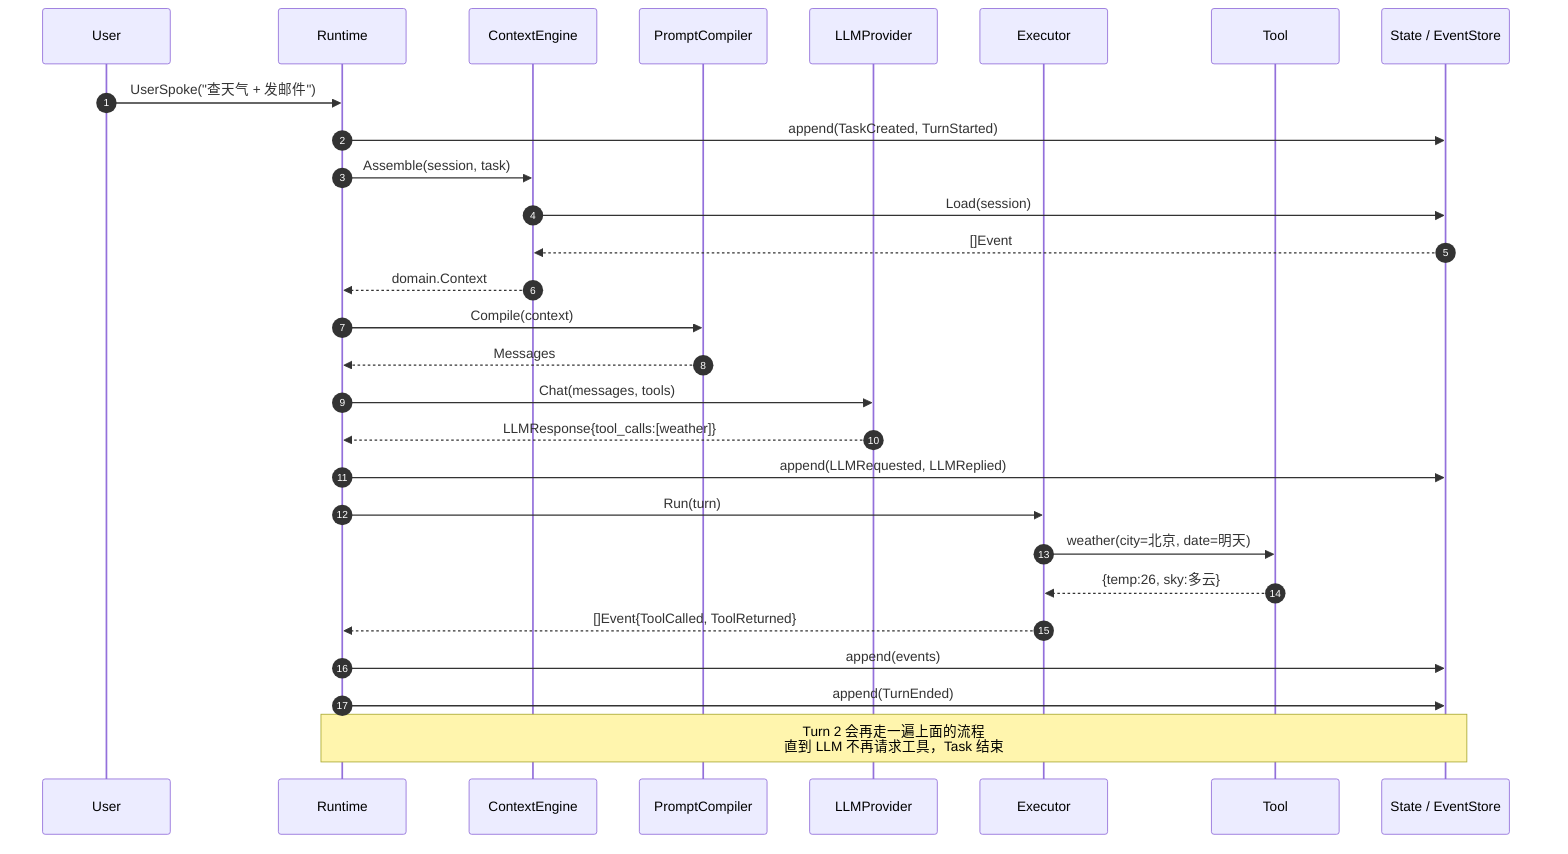
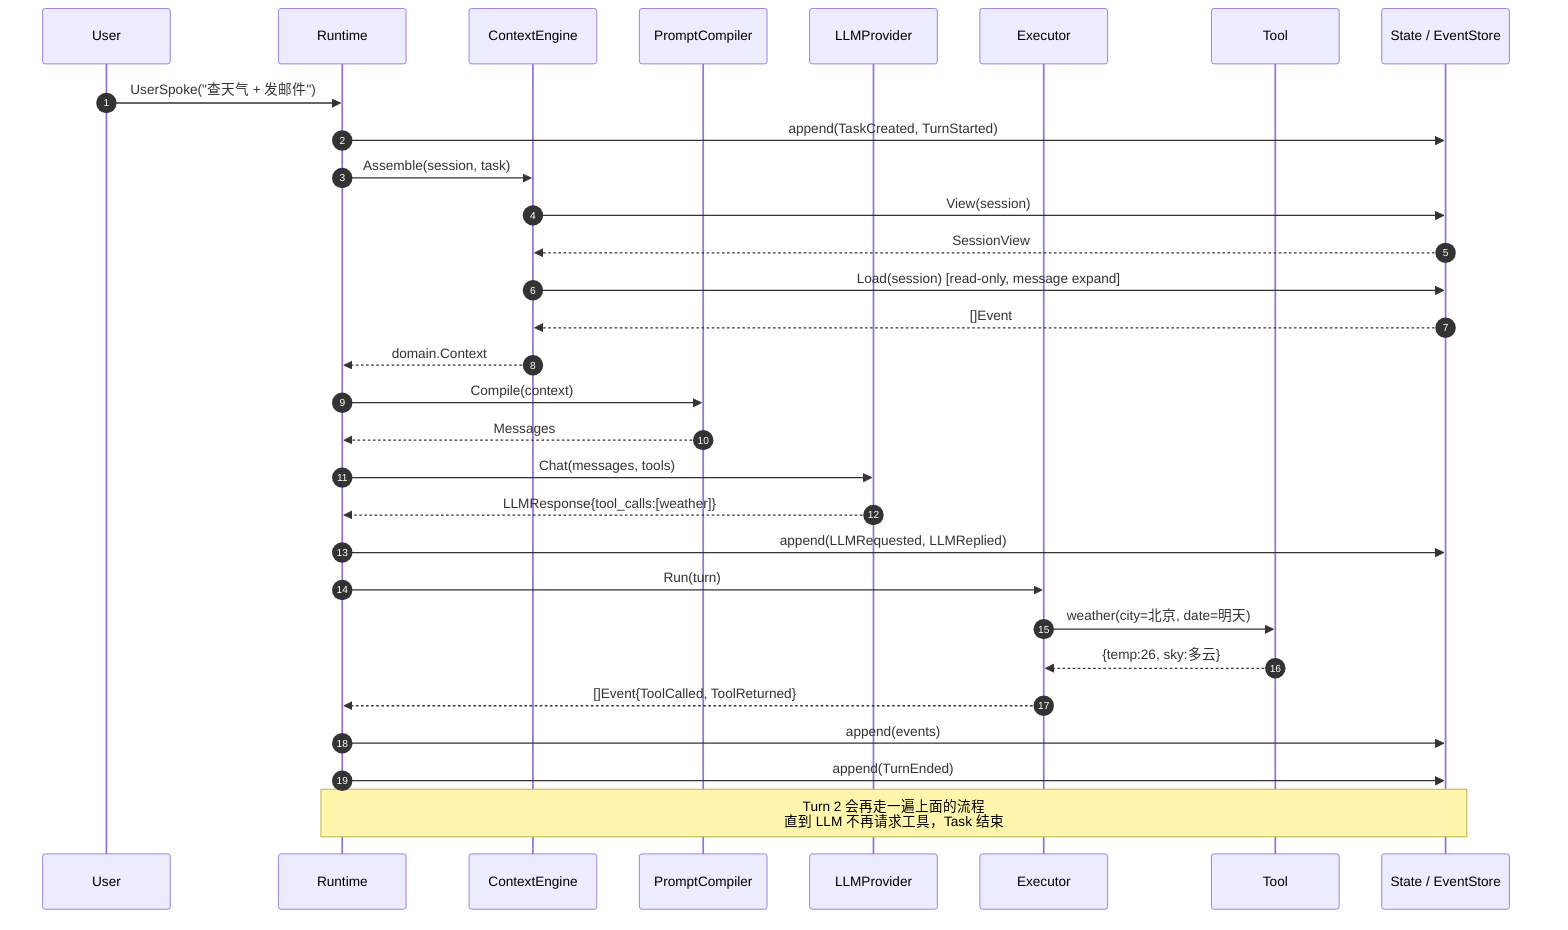
sequenceDiagram
    autonumber
    participant U  as User
    participant RT as Runtime
    participant CE as ContextEngine
    participant PC as PromptCompiler
    participant L  as LLMProvider
    participant EX as Executor
    participant T  as Tool
    participant ST as State / EventStore

    U ->> RT: UserSpoke("查天气 + 发邮件")
    RT ->> ST: append(TaskCreated, TurnStarted)

    RT ->> CE: Assemble(session, task)
-     CE ->> ST: Load(session)
+     CE ->> ST: View(session)
+     ST -->> CE: SessionView
+     CE ->> ST: Load(session) [read-only, message expand]
    ST -->> CE: []Event
    CE -->> RT: domain.Context

    RT ->> PC: Compile(context)
    PC -->> RT: Messages

    RT ->> L: Chat(messages, tools)
    L -->> RT: LLMResponse{tool_calls:[weather]}
    RT ->> ST: append(LLMRequested, LLMReplied)

    RT ->> EX: Run(turn)
    EX ->> T: weather(city=北京, date=明天)
    T -->> EX: {temp:26, sky:多云}
    EX -->> RT: []Event{ToolCalled, ToolReturned}
    RT ->> ST: append(events)
    RT ->> ST: append(TurnEnded)

    note over RT,ST: Turn 2 会再走一遍上面的流程<br/>直到 LLM 不再请求工具，Task 结束
